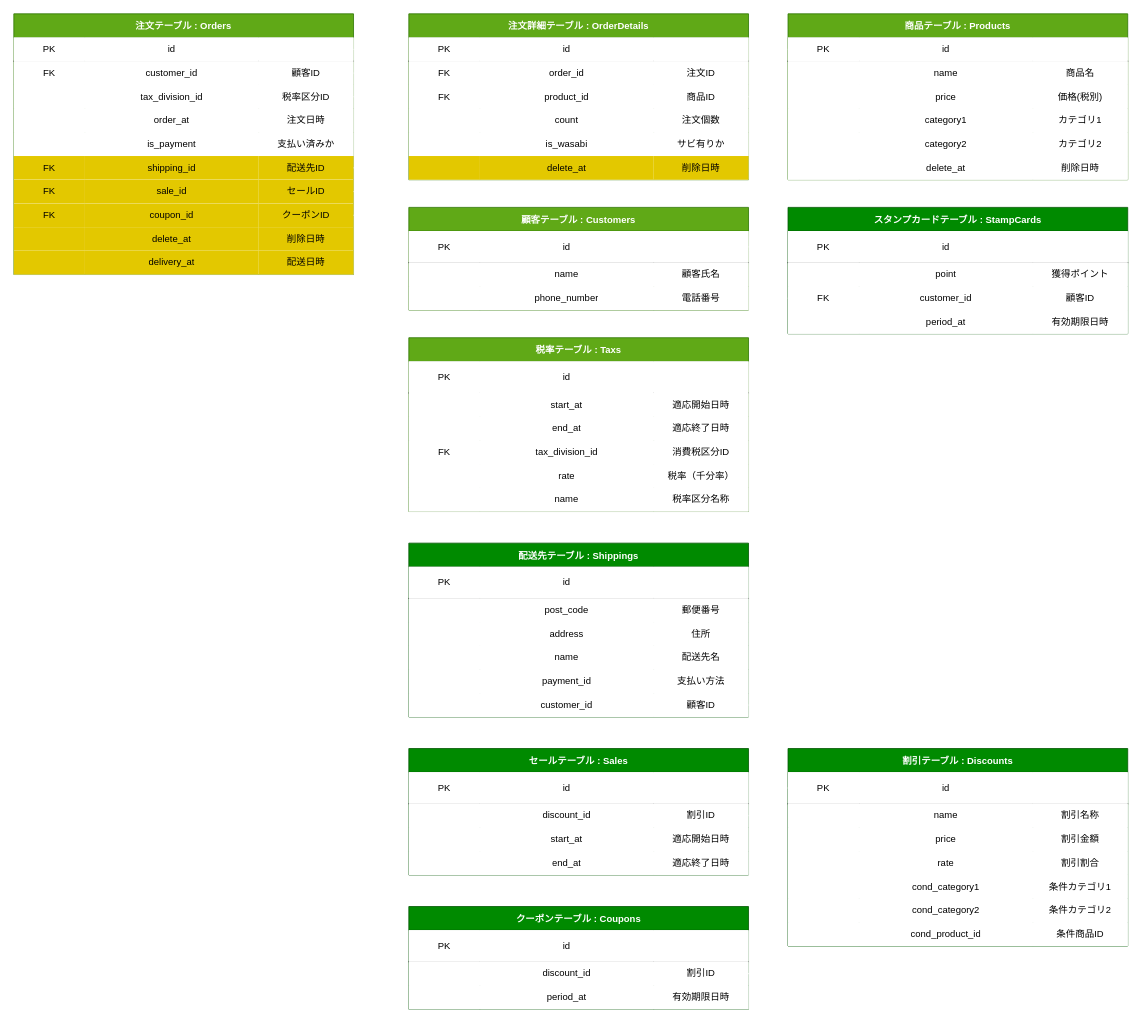
Earlier version of the draw.io diagram DBモデリング1/assets/task3.drawio (k-takeuchi220/praha-challenge). Source tidied: cells renumbered, new cells numbered last; positions are measured from the earlier drawing's top-left corner, leaving out a move shared by most shapes. Both pictures are drawn from the tidied source at 79%, with x=0, y=0 at pixel (13, 13).
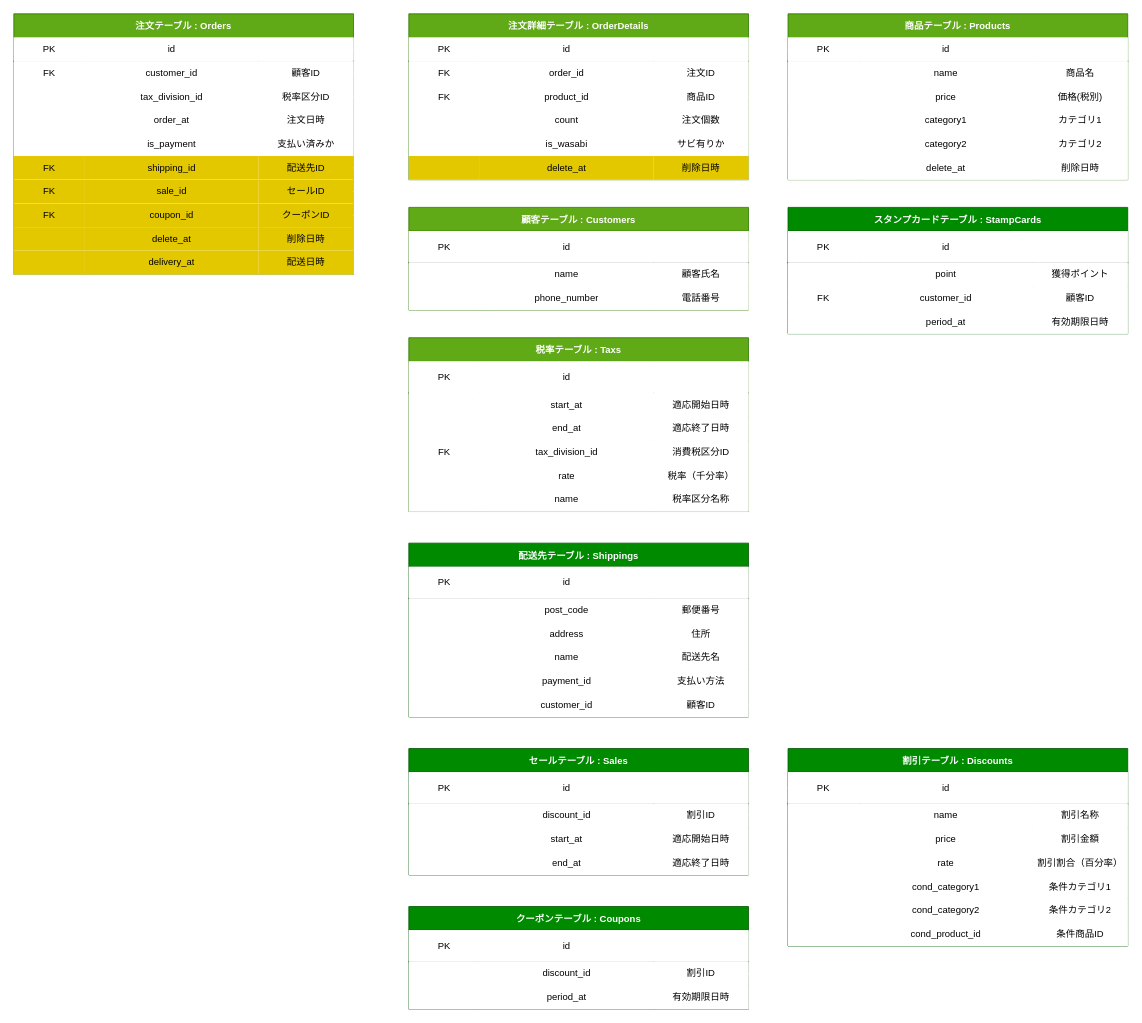
The same page after the edit.

Unchanged cells that the change refers to:
```xml
<mxCell id="179" style="shape=partialRectangle;html=1;whiteSpace=wrap;top=0;left=0;bottom=0;right=0;" parent="166" vertex="1">
  <mxGeometry y="130" width="430" height="30" as="geometry" />
</mxCell>
```

Diff of the diagram source:
```diff
@@
-    <mxCell id="182" value="割引割合" style="shape=partialRectangle;html=1;whiteSpace=wrap;top=0;left=0;bottom=0;right=0;overflow=hidden;align=center;labelPosition=center;verticalLabelPosition=middle;verticalAlign=middle;" parent="179" vertex="1">
+    <mxCell id="182" value="割引割合（百分率）" style="shape=partialRectangle;html=1;whiteSpace=wrap;top=0;left=0;bottom=0;right=0;overflow=hidden;align=center;labelPosition=center;verticalLabelPosition=middle;verticalAlign=middle;" parent="179" vertex="1">
       <mxGeometry x="310" width="120" height="30" as="geometry" />
     </mxCell>
```
